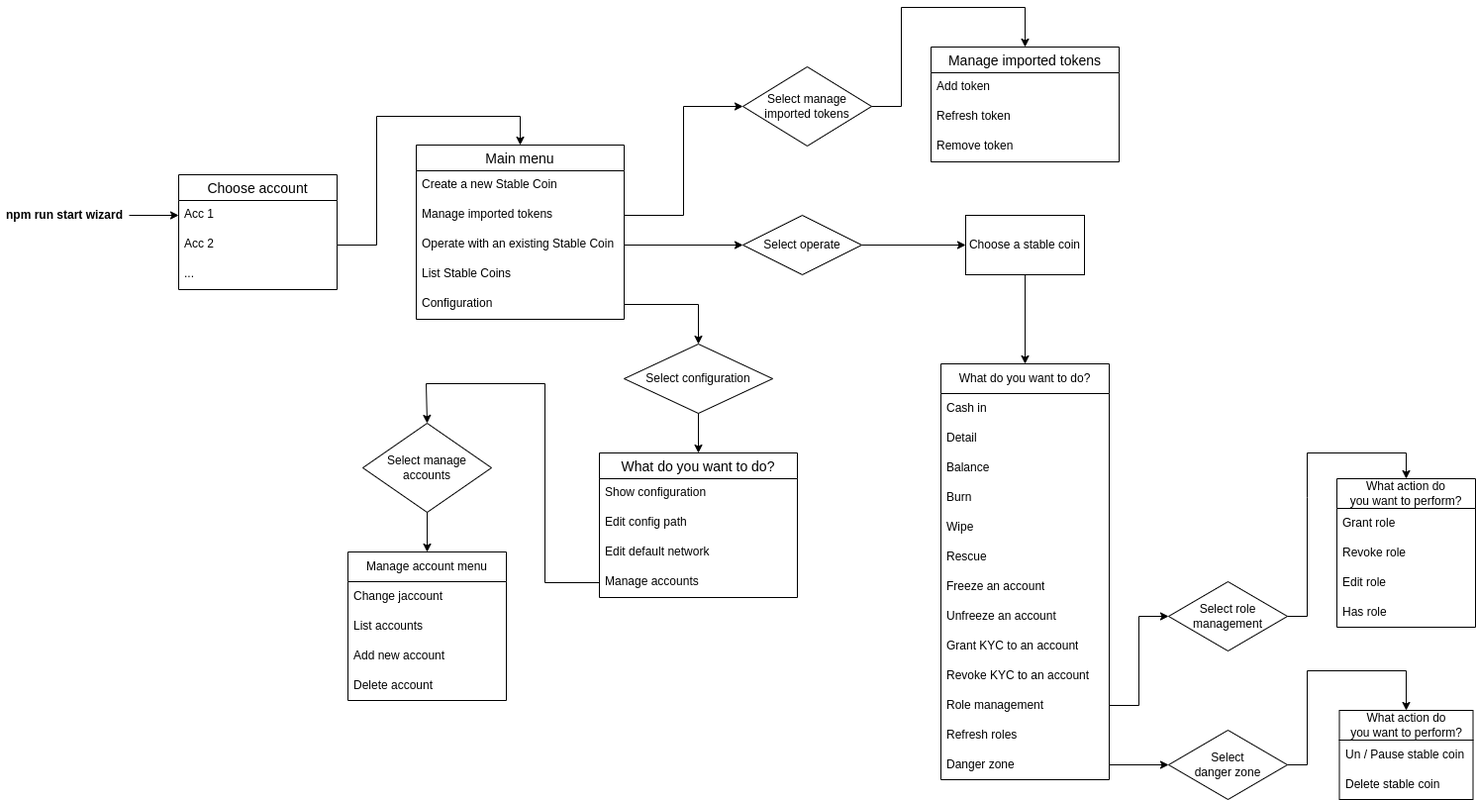
Earlier version of the draw.io export cli/docs/images/CLI-flow.png (hashgraph/stablecoin-studio). Source tidied: cells renumbered, new cells last; positions are measured from the earlier drawing's top-left corner, leaving out a move shared by most shapes.
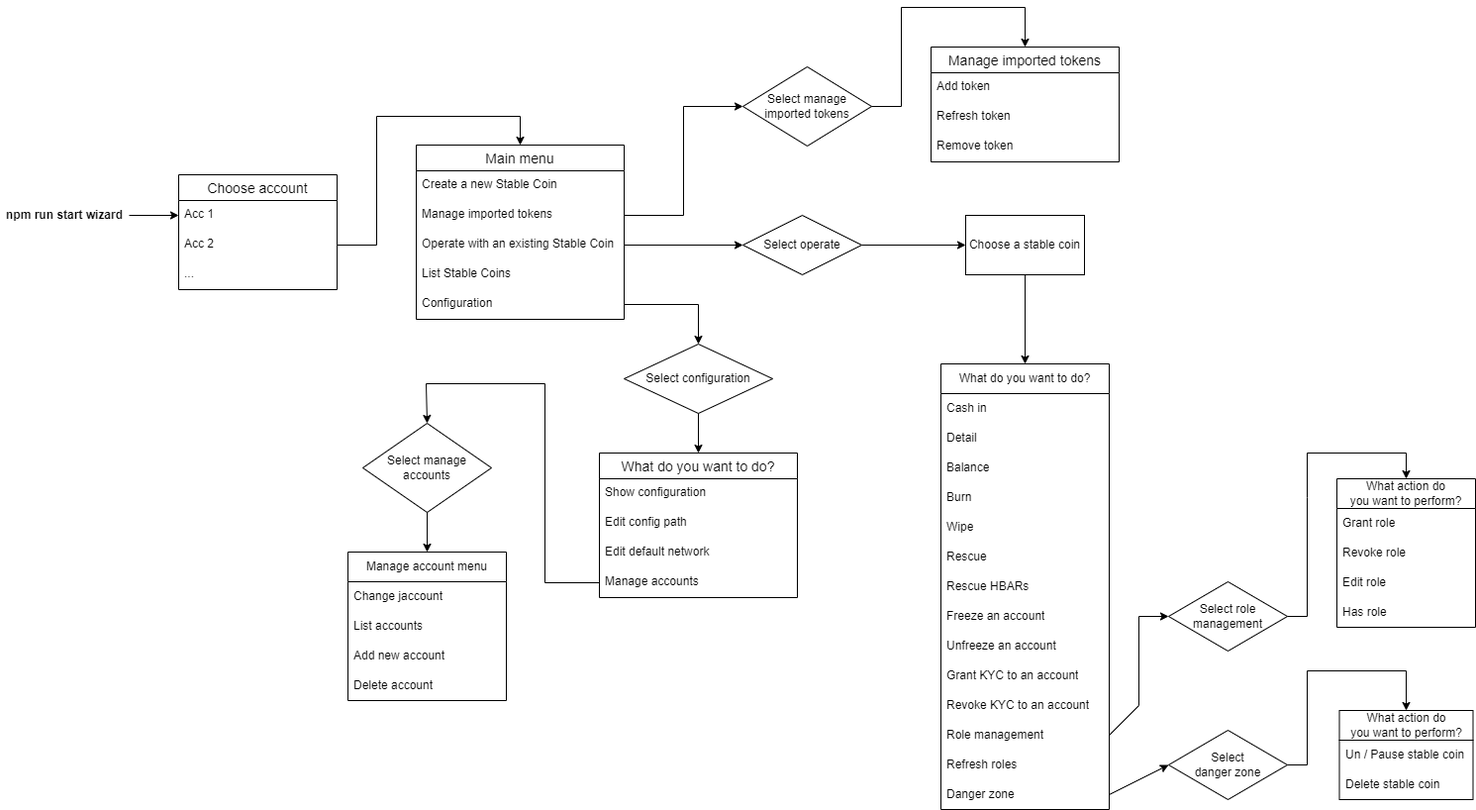
The same file after the commit.

Commit message:
- (Upd) Image of CLI flow  - (Upd) Readmes

Change to the diagram source:
```diff
@@ -100,7 +100,7 @@
       </mxGeometry>
     </mxCell>
     <mxCell id="29" value="What do you want to do?" style="swimlane;fontStyle=0;horizontal=1;startSize=30;whiteSpace=wrap;html=1;" parent="1" vertex="1">
-      <mxGeometry x="950" y="360" width="170" height="420" as="geometry" />
+      <mxGeometry x="950" y="360" width="170" height="450" as="geometry" />
     </mxCell>
     <mxCell id="30" value="Cash in" style="text;strokeColor=none;fillColor=none;align=left;verticalAlign=middle;spacingLeft=4;spacingRight=4;overflow=hidden;whiteSpace=wrap;html=1;" parent="29" vertex="1">
       <mxGeometry y="30" width="170" height="30" as="geometry" />
@@ -117,29 +117,32 @@
     <mxCell id="34" value="Wipe" style="text;strokeColor=none;fillColor=none;align=left;verticalAlign=middle;spacingLeft=4;spacingRight=4;overflow=hidden;whiteSpace=wrap;html=1;" parent="29" vertex="1">
       <mxGeometry y="150" width="170" height="30" as="geometry" />
     </mxCell>
+    <mxCell id="71" value="Rescue" style="text;strokeColor=none;fillColor=none;align=left;verticalAlign=middle;spacingLeft=4;spacingRight=4;overflow=hidden;whiteSpace=wrap;html=1;" parent="29" vertex="1">
+      <mxGeometry y="180" width="170" height="30" as="geometry" />
+    </mxCell>
-    <mxCell id="35" value="Rescue" style="text;strokeColor=none;fillColor=none;align=left;verticalAlign=middle;spacingLeft=4;spacingRight=4;overflow=hidden;whiteSpace=wrap;html=1;" parent="29" vertex="1">
-      <mxGeometry y="180" width="170" height="30" as="geometry" />
+    <mxCell id="35" value="Rescue HBARs" style="text;strokeColor=none;fillColor=none;align=left;verticalAlign=middle;spacingLeft=4;spacingRight=4;overflow=hidden;whiteSpace=wrap;html=1;" parent="29" vertex="1">
+      <mxGeometry y="210" width="170" height="30" as="geometry" />
     </mxCell>
     <mxCell id="36" value="Freeze an account" style="text;strokeColor=none;fillColor=none;align=left;verticalAlign=middle;spacingLeft=4;spacingRight=4;overflow=hidden;whiteSpace=wrap;html=1;" parent="29" vertex="1">
-      <mxGeometry y="210" width="170" height="30" as="geometry" />
+      <mxGeometry y="240" width="170" height="30" as="geometry" />
     </mxCell>
     <mxCell id="37" value="Unfreeze an account" style="text;strokeColor=none;fillColor=none;align=left;verticalAlign=middle;spacingLeft=4;spacingRight=4;overflow=hidden;whiteSpace=wrap;html=1;" parent="29" vertex="1">
-      <mxGeometry y="240" width="170" height="30" as="geometry" />
+      <mxGeometry y="270" width="170" height="30" as="geometry" />
     </mxCell>
     <mxCell id="38" value="Grant KYC to an account" style="text;strokeColor=none;fillColor=none;align=left;verticalAlign=middle;spacingLeft=4;spacingRight=4;overflow=hidden;whiteSpace=wrap;html=1;" parent="29" vertex="1">
-      <mxGeometry y="270" width="170" height="30" as="geometry" />
+      <mxGeometry y="300" width="170" height="30" as="geometry" />
     </mxCell>
     <mxCell id="39" value="Revoke KYC to an account" style="text;strokeColor=none;fillColor=none;align=left;verticalAlign=middle;spacingLeft=4;spacingRight=4;overflow=hidden;whiteSpace=wrap;html=1;" parent="29" vertex="1">
-      <mxGeometry y="300" width="170" height="30" as="geometry" />
+      <mxGeometry y="330" width="170" height="30" as="geometry" />
     </mxCell>
     <mxCell id="40" value="Role management" style="text;strokeColor=none;fillColor=none;align=left;verticalAlign=middle;spacingLeft=4;spacingRight=4;overflow=hidden;points=[[0,0.5],[1,0.5]];portConstraint=eastwest;whiteSpace=wrap;html=1;" parent="29" vertex="1">
-      <mxGeometry y="330" width="170" height="30" as="geometry" />
+      <mxGeometry y="360" width="170" height="30" as="geometry" />
     </mxCell>
     <mxCell id="41" value="Refresh roles" style="text;strokeColor=none;fillColor=none;align=left;verticalAlign=middle;spacingLeft=4;spacingRight=4;overflow=hidden;whiteSpace=wrap;html=1;" parent="29" vertex="1">
-      <mxGeometry y="360" width="170" height="30" as="geometry" />
+      <mxGeometry y="390" width="170" height="30" as="geometry" />
     </mxCell>
     <mxCell id="42" value="Danger zone" style="text;strokeColor=none;fillColor=none;align=left;verticalAlign=middle;spacingLeft=4;spacingRight=4;overflow=hidden;points=[[0,0.5],[1,0.5]];portConstraint=eastwest;whiteSpace=wrap;html=1;" parent="29" vertex="1">
-      <mxGeometry y="390" width="170" height="30" as="geometry" />
+      <mxGeometry y="420" width="170" height="30" as="geometry" />
     </mxCell>
     <mxCell id="43" style="edgeStyle=orthogonalEdgeStyle;rounded=0;jettySize=auto;html=1;" parent="1" edge="1" source="44" target="46">
       <mxGeometry relative="1" as="geometry" />
```
